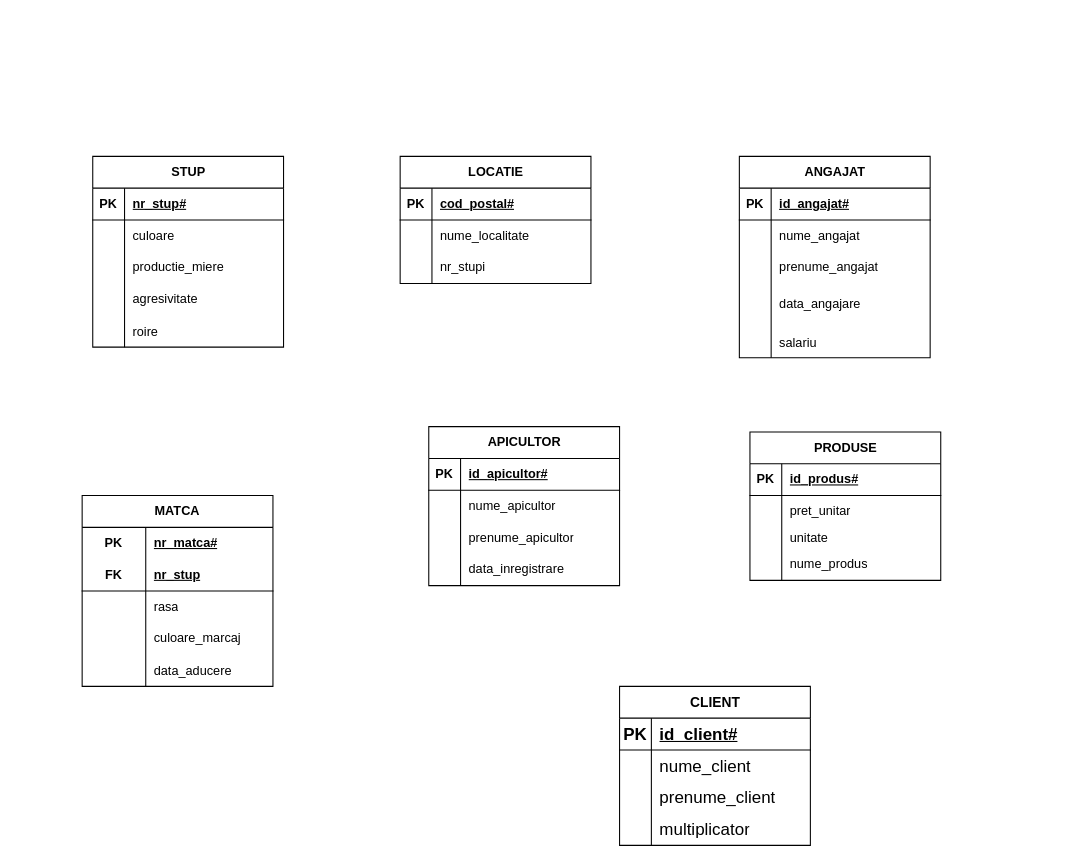
Above: Diagramă fără titlu.drawio in Matoka26/DataBase-Stupina (draw.io), before the change. Source tidied: cells renumbered, new cells numbered last; positions are measured from the earlier drawing's top-left corner, leaving out a move shared by most shapes. Both pictures are drawn from the tidied source at 106%, with x=0, y=0 at pixel (82, 156).
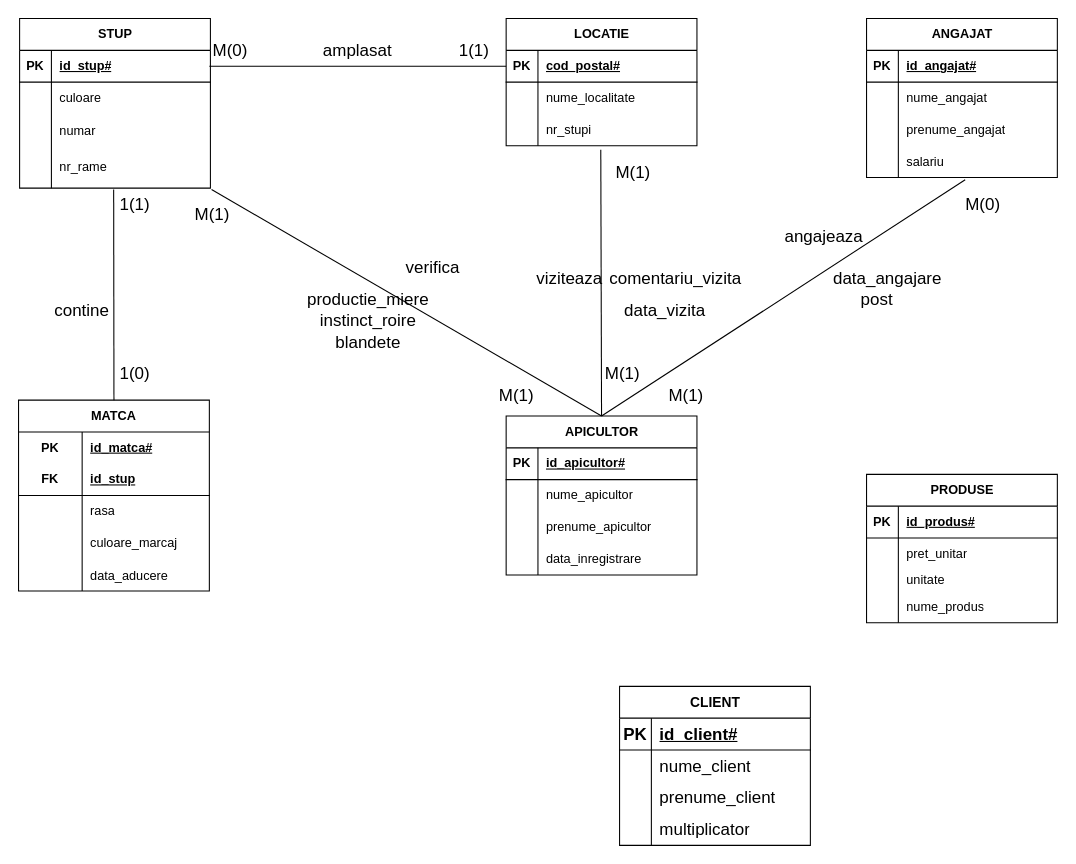
Above is the later version.

The change refers to these unchanged cells:
```xml
<mxCell id="16" style="shape=tableRow;horizontal=0;startSize=0;swimlaneHead=0;swimlaneBody=0;fillColor=none;points=[[0,0.5],[1,0.5]];portConstraint=eastwest;top=0;left=0;right=0;bottom=1;" parent="15" vertex="1">
  <mxGeometry y="30" width="180" height="30" as="geometry" />
</mxCell>
<mxCell id="22" style="shape=tableRow;horizontal=0;startSize=0;swimlaneHead=0;swimlaneBody=0;fillColor=none;points=[[0,0.5],[1,0.5]];portConstraint=eastwest;top=0;left=0;right=0;bottom=0;" parent="15" vertex="1">
  <mxGeometry y="90" width="180" height="30" as="geometry" />
</mxCell>
<mxCell id="42" style="shape=tableRow;horizontal=0;startSize=0;swimlaneHead=0;swimlaneBody=0;fillColor=none;top=0;left=0;right=0;bottom=1;" parent="41" vertex="1">
  <mxGeometry y="30" width="180" height="30" as="geometry" />
</mxCell>
<mxCell id="58" style="shape=tableRow;horizontal=0;startSize=0;swimlaneHead=0;swimlaneBody=0;fillColor=none;top=0;left=0;right=0;bottom=0;html=1;" parent="57" vertex="1">
  <mxGeometry y="30" width="180" height="30" as="geometry" />
</mxCell>
<mxCell id="61" style="shape=tableRow;horizontal=0;startSize=0;swimlaneHead=0;swimlaneBody=0;fillColor=none;top=0;left=0;right=0;bottom=1;html=1;" parent="57" vertex="1">
  <mxGeometry y="60" width="180" height="30" as="geometry" />
</mxCell>
```

Diff of the diagram source:
```diff
@@
     <mxCell id="2" value="APICULTOR" style="shape=table;startSize=30;childLayout=tableLayout;rowLines=0;fontStyle=1;align=center;html=1;" parent="1" vertex="1">
-      <mxGeometry x="327" y="255" width="180" height="150" as="geometry" />
+      <mxGeometry x="400" y="245" width="180" height="150" as="geometry" />
     </mxCell>
@@
     <mxCell id="15" value="LOCATIE" style="shape=table;startSize=30;childLayout=tableLayout;rowLines=0;fontStyle=1;align=center;html=1;" parent="1" vertex="1">
-      <mxGeometry x="300" width="180" height="120" as="geometry" />
+      <mxGeometry x="400" y="-130" width="180" height="120" as="geometry" />
     </mxCell>
@@
     <mxCell id="25" value="ANGAJAT" style="shape=table;startSize=30;childLayout=tableLayout;rowLines=0;fontStyle=1;align=center;html=1;" parent="1" vertex="1">
-      <mxGeometry x="620" width="180" height="190" as="geometry" />
+      <mxGeometry x="740" y="-130" width="180" height="150" as="geometry" />
     </mxCell>
@@
-    <mxCell id="35" style="shape=tableRow;horizontal=0;startSize=0;swimlaneHead=0;swimlaneBody=0;fillColor=none;top=0;left=0;right=0;bottom=0;" parent="25" vertex="1">
-      <mxGeometry y="120" width="180" height="40" as="geometry" />
-    </mxCell>
-    <mxCell id="36" style="shape=partialRectangle;fillColor=none;top=0;left=0;bottom=0;right=0;overflow=hidden;whiteSpace=wrap;html=1;" parent="35" vertex="1">
-      <mxGeometry width="30" height="40" as="geometry" />
-    </mxCell>
-    <mxCell id="37" value="data_angajare" style="shape=partialRectangle;fillColor=none;top=0;left=0;bottom=0;right=0;align=left;spacingLeft=6;overflow=hidden;whiteSpace=wrap;html=1;" parent="35" vertex="1">
-      <mxGeometry x="30" width="150" height="40" as="geometry" />
-    </mxCell>
     <mxCell id="38" style="shape=tableRow;horizontal=0;startSize=0;swimlaneHead=0;swimlaneBody=0;fillColor=none;points=[[0,0.5],[1,0.5]];portConstraint=eastwest;top=0;left=0;right=0;bottom=0;" parent="25" vertex="1">
-      <mxGeometry y="160" width="180" height="30" as="geometry" />
+      <mxGeometry y="120" width="180" height="30" as="geometry" />
     </mxCell>
@@
     <mxCell id="41" value="STUP" style="shape=table;startSize=30;childLayout=tableLayout;rowLines=0;fontStyle=1;align=center;html=1;" parent="1" vertex="1">
-      <mxGeometry x="10" width="180" height="180" as="geometry" />
+      <mxGeometry x="-59" y="-130" width="180" height="160" as="geometry" />
     </mxCell>
@@
-    <mxCell id="44" value="nr_stup#" style="shape=partialRectangle;fillColor=none;top=0;left=0;bottom=0;right=0;align=left;spacingLeft=6;fontStyle=5;overflow=hidden;whiteSpace=wrap;html=1;" parent="42" vertex="1">
+    <mxCell id="44" value="id_stup#" style="shape=partialRectangle;fillColor=none;top=0;left=0;bottom=0;right=0;align=left;spacingLeft=6;fontStyle=5;overflow=hidden;whiteSpace=wrap;html=1;" parent="42" vertex="1">
       <mxGeometry x="30" width="150" height="30" as="geometry" />
     </mxCell>
@@
+    <mxCell id="100" style="shape=tableRow;horizontal=0;startSize=0;swimlaneHead=0;swimlaneBody=0;fillColor=none;top=0;left=0;right=0;bottom=0;fontSize=13;" parent="41" vertex="1">
+      <mxGeometry y="90" width="180" height="30" as="geometry" />
+    </mxCell>
+    <mxCell id="101" style="shape=partialRectangle;fillColor=none;top=0;left=0;bottom=0;right=0;overflow=hidden;fontSize=16;" parent="100" vertex="1">
+      <mxGeometry width="30" height="30" as="geometry" />
+    </mxCell>
+    <mxCell id="102" value="numar" style="shape=partialRectangle;fillColor=none;top=0;left=0;bottom=0;right=0;align=left;spacingLeft=6;overflow=hidden;fontSize=12;" parent="100" vertex="1">
+      <mxGeometry x="30" width="150" height="30" as="geometry" />
+    </mxCell>
     <mxCell id="48" style="shape=tableRow;horizontal=0;startSize=0;swimlaneHead=0;swimlaneBody=0;fillColor=none;points=[[0,0.5],[1,0.5]];portConstraint=eastwest;top=0;left=0;right=0;bottom=0;" parent="41" vertex="1">
-      <mxGeometry y="90" width="180" height="30" as="geometry" />
+      <mxGeometry y="120" width="180" height="40" as="geometry" />
     </mxCell>
     <mxCell id="49" style="shape=partialRectangle;fillColor=none;top=0;left=0;bottom=0;right=0;overflow=hidden;whiteSpace=wrap;html=1;" parent="48" vertex="1">
-      <mxGeometry width="30" height="30" as="geometry" />
+      <mxGeometry width="30" height="40" as="geometry" />
     </mxCell>
-    <mxCell id="50" value="productie_miere" style="shape=partialRectangle;fillColor=none;top=0;left=0;bottom=0;right=0;align=left;spacingLeft=6;overflow=hidden;whiteSpace=wrap;html=1;" parent="48" vertex="1">
-      <mxGeometry x="30" width="150" height="30" as="geometry" />
+    <mxCell id="50" value="nr_rame" style="shape=partialRectangle;fillColor=none;top=0;left=0;bottom=0;right=0;align=left;spacingLeft=6;overflow=hidden;whiteSpace=wrap;html=1;" parent="48" vertex="1">
+      <mxGeometry x="30" width="150" height="40" as="geometry" />
     </mxCell>
-    <mxCell id="51" style="shape=tableRow;horizontal=0;startSize=0;swimlaneHead=0;swimlaneBody=0;fillColor=none;top=0;left=0;right=0;bottom=0;" parent="41" vertex="1">
-      <mxGeometry y="120" width="180" height="30" as="geometry" />
-    </mxCell>
-    <mxCell id="52" style="shape=partialRectangle;fillColor=none;top=0;left=0;bottom=0;right=0;overflow=hidden;whiteSpace=wrap;html=1;" parent="51" vertex="1">
-      <mxGeometry width="30" height="30" as="geometry" />
-    </mxCell>
-    <mxCell id="53" value="agresivitate" style="shape=partialRectangle;fillColor=none;top=0;left=0;bottom=0;right=0;align=left;spacingLeft=6;overflow=hidden;whiteSpace=wrap;html=1;" parent="51" vertex="1">
-      <mxGeometry x="30" width="150" height="30" as="geometry" />
-    </mxCell>
-    <mxCell id="54" style="shape=tableRow;horizontal=0;startSize=0;swimlaneHead=0;swimlaneBody=0;fillColor=none;top=0;left=0;right=0;bottom=0;" parent="41" vertex="1">
-      <mxGeometry y="150" width="180" height="30" as="geometry" />
-    </mxCell>
-    <mxCell id="55" style="shape=partialRectangle;fillColor=none;top=0;left=0;bottom=0;right=0;overflow=hidden;" parent="54" vertex="1">
-      <mxGeometry width="30" height="30" as="geometry" />
-    </mxCell>
-    <mxCell id="56" value="roire" style="shape=partialRectangle;fillColor=none;top=0;left=0;bottom=0;right=0;align=left;spacingLeft=6;overflow=hidden;" parent="54" vertex="1">
-      <mxGeometry x="30" width="150" height="30" as="geometry" />
-    </mxCell>
     <mxCell id="57" value="MATCA" style="shape=table;startSize=30;childLayout=tableLayout;rowLines=0;fontStyle=1;align=center;html=1;whiteSpace=wrap;" parent="1" vertex="1">
-      <mxGeometry y="320" width="180" height="180" as="geometry" />
+      <mxGeometry x="-60" y="230" width="180" height="180" as="geometry" />
     </mxCell>
@@
-    <mxCell id="60" value="nr_matca#" style="shape=partialRectangle;fillColor=none;top=0;left=0;bottom=0;right=0;align=left;spacingLeft=6;fontStyle=5;overflow=hidden;html=1;whiteSpace=wrap;" parent="58" vertex="1">
+    <mxCell id="60" value="id_matca#" style="shape=partialRectangle;fillColor=none;top=0;left=0;bottom=0;right=0;align=left;spacingLeft=6;fontStyle=5;overflow=hidden;html=1;whiteSpace=wrap;" parent="58" vertex="1">
       <mxGeometry x="60" width="120" height="30" as="geometry" />
     </mxCell>
@@
-    <mxCell id="63" value="nr_stup" style="shape=partialRectangle;fillColor=none;top=0;left=0;bottom=0;right=0;align=left;spacingLeft=6;fontStyle=5;overflow=hidden;html=1;whiteSpace=wrap;" parent="61" vertex="1">
+    <mxCell id="63" value="id_stup" style="shape=partialRectangle;fillColor=none;top=0;left=0;bottom=0;right=0;align=left;spacingLeft=6;fontStyle=5;overflow=hidden;html=1;whiteSpace=wrap;" parent="61" vertex="1">
       <mxGeometry x="60" width="120" height="30" as="geometry" />
     </mxCell>
@@
     <mxCell id="73" value="PRODUSE" style="shape=table;startSize=30;childLayout=tableLayout;rowLines=0;fontStyle=1;align=center;html=1;" parent="1" vertex="1">
-      <mxGeometry x="630" y="260" width="180" height="140" as="geometry" />
+      <mxGeometry x="740" y="300" width="180" height="140" as="geometry" />
     </mxCell>
@@
+    <mxCell id="103" style="endArrow=none;html=1;rounded=0;fontSize=12;startSize=8;endSize=8;curved=1;entryX=0.493;entryY=1.033;entryDx=0;entryDy=0;entryPerimeter=0;exitX=0.5;exitY=0;exitDx=0;exitDy=0;" parent="1" edge="1" source="57" target="48">
+      <mxGeometry relative="1" as="geometry" />
+    </mxCell>
+    <mxCell id="104" value="1(1)" style="text;html=1;strokeColor=none;fillColor=none;align=center;verticalAlign=middle;whiteSpace=wrap;rounded=0;fontSize=16;" parent="1" vertex="1">
+      <mxGeometry x="20" y="30" width="60" height="30" as="geometry" />
+    </mxCell>
+    <mxCell id="105" value="1(0)" style="text;html=1;strokeColor=none;fillColor=none;align=center;verticalAlign=middle;whiteSpace=wrap;rounded=0;fontSize=16;" parent="1" vertex="1">
+      <mxGeometry x="20" y="190" width="60" height="30" as="geometry" />
+    </mxCell>
+    <mxCell id="106" value="contine" style="text;html=1;strokeColor=none;fillColor=none;align=center;verticalAlign=middle;whiteSpace=wrap;rounded=0;fontSize=16;" parent="1" vertex="1">
+      <mxGeometry x="-30" y="130" width="60" height="30" as="geometry" />
+    </mxCell>
+    <mxCell id="107" value="1(1)" style="text;html=1;strokeColor=none;fillColor=none;align=center;verticalAlign=middle;whiteSpace=wrap;rounded=0;fontSize=16;" parent="1" vertex="1">
+      <mxGeometry x="340" y="-115" width="60" height="30" as="geometry" />
+    </mxCell>
+    <mxCell id="108" value="M(0)" style="text;html=1;strokeColor=none;fillColor=none;align=center;verticalAlign=middle;whiteSpace=wrap;rounded=0;fontSize=16;" parent="1" vertex="1">
+      <mxGeometry x="110" y="-115" width="60" height="30" as="geometry" />
+    </mxCell>
+    <mxCell id="109" style="endArrow=none;html=1;rounded=0;fontSize=12;startSize=8;endSize=8;curved=1;entryX=0;entryY=0.5;entryDx=0;entryDy=0;" parent="1" edge="1" target="16">
+      <mxGeometry relative="1" as="geometry">
+        <mxPoint x="120" y="-85" as="sourcePoint" />
+      </mxGeometry>
+    </mxCell>
+    <mxCell id="110" value="amplasat" style="text;html=1;strokeColor=none;fillColor=none;align=center;verticalAlign=middle;whiteSpace=wrap;rounded=0;fontSize=16;" parent="1" vertex="1">
+      <mxGeometry x="230" y="-115" width="60" height="30" as="geometry" />
+    </mxCell>
+    <mxCell id="111" style="endArrow=none;html=1;rounded=0;fontSize=12;startSize=8;endSize=8;curved=1;exitX=1.006;exitY=1.033;exitDx=0;exitDy=0;exitPerimeter=0;entryX=0.5;entryY=0;entryDx=0;entryDy=0;" parent="1" edge="1" source="48" target="2">
+      <mxGeometry relative="1" as="geometry" />
+    </mxCell>
+    <mxCell id="112" value="verifica" style="text;html=1;strokeColor=none;fillColor=none;align=center;verticalAlign=middle;whiteSpace=wrap;rounded=0;fontSize=16;" parent="1" vertex="1">
+      <mxGeometry x="301" y="90" width="60" height="30" as="geometry" />
+    </mxCell>
+    <mxCell id="113" value="M(1)" style="text;html=1;strokeColor=none;fillColor=none;align=center;verticalAlign=middle;whiteSpace=wrap;rounded=0;fontSize=16;" parent="1" vertex="1">
+      <mxGeometry x="380" y="210" width="60" height="30" as="geometry" />
+    </mxCell>
+    <mxCell id="114" value="M(1)" style="text;html=1;strokeColor=none;fillColor=none;align=center;verticalAlign=middle;whiteSpace=wrap;rounded=0;fontSize=16;" parent="1" vertex="1">
+      <mxGeometry x="93" y="40" width="60" height="30" as="geometry" />
+    </mxCell>
+    <mxCell id="115" style="edgeStyle=none;curved=1;rounded=0;orthogonalLoop=1;jettySize=auto;html=1;exitX=0.75;exitY=0;exitDx=0;exitDy=0;fontSize=12;startSize=8;endSize=8;" parent="1" edge="1" source="114" target="114">
+      <mxGeometry relative="1" as="geometry" />
+    </mxCell>
+    <mxCell id="116" style="shape=tableRow;horizontal=0;startSize=0;swimlaneHead=0;swimlaneBody=0;fillColor=none;top=0;left=0;right=0;bottom=0;" parent="1" vertex="1">
+      <mxGeometry x="190" y="150" width="180" height="30" as="geometry" />
+    </mxCell>
+    <mxCell id="52" style="shape=partialRectangle;fillColor=none;top=0;left=0;bottom=0;right=0;overflow=hidden;whiteSpace=wrap;html=1;" parent="116" vertex="1">
+      <mxGeometry width="30" height="30" as="geometry" />
+    </mxCell>
+    <mxCell id="117" value="productie_miere" style="text;html=1;strokeColor=none;fillColor=none;align=center;verticalAlign=middle;whiteSpace=wrap;rounded=0;fontSize=16;" parent="1" vertex="1">
+      <mxGeometry x="240" y="120" width="60" height="30" as="geometry" />
+    </mxCell>
+    <mxCell id="118" value="instinct_roire" style="text;html=1;strokeColor=none;fillColor=none;align=center;verticalAlign=middle;whiteSpace=wrap;rounded=0;fontSize=16;" parent="1" vertex="1">
+      <mxGeometry x="240" y="140" width="60" height="30" as="geometry" />
+    </mxCell>
+    <mxCell id="119" value="blandete" style="text;html=1;strokeColor=none;fillColor=none;align=center;verticalAlign=middle;whiteSpace=wrap;rounded=0;fontSize=16;" parent="1" vertex="1">
+      <mxGeometry x="240" y="160" width="60" height="30" as="geometry" />
+    </mxCell>
+    <mxCell id="120" style="endArrow=none;html=1;rounded=0;fontSize=12;startSize=8;endSize=8;curved=1;exitX=0.496;exitY=1.122;exitDx=0;exitDy=0;exitPerimeter=0;entryX=0.5;entryY=0;entryDx=0;entryDy=0;" parent="1" edge="1" source="22" target="2">
+      <mxGeometry relative="1" as="geometry" />
+    </mxCell>
+    <mxCell id="121" style="endArrow=none;html=1;rounded=0;fontSize=12;startSize=8;endSize=8;curved=1;entryX=0.517;entryY=1.07;entryDx=0;entryDy=0;entryPerimeter=0;exitX=0.5;exitY=0;exitDx=0;exitDy=0;" parent="1" edge="1" source="2" target="38">
+      <mxGeometry relative="1" as="geometry" />
+    </mxCell>
+    <mxCell id="122" value="viziteaza" style="text;html=1;strokeColor=none;fillColor=none;align=center;verticalAlign=middle;whiteSpace=wrap;rounded=0;fontSize=16;" parent="1" vertex="1">
+      <mxGeometry x="430" y="100" width="60" height="30" as="geometry" />
+    </mxCell>
+    <mxCell id="123" value="comentariu_vizita" style="text;html=1;strokeColor=none;fillColor=none;align=center;verticalAlign=middle;whiteSpace=wrap;rounded=0;fontSize=16;" parent="1" vertex="1">
+      <mxGeometry x="530" y="100" width="60" height="30" as="geometry" />
+    </mxCell>
+    <mxCell id="124" value="data_vizita" style="text;html=1;strokeColor=none;fillColor=none;align=center;verticalAlign=middle;whiteSpace=wrap;rounded=0;fontSize=16;" parent="1" vertex="1">
+      <mxGeometry x="520" y="130" width="60" height="30" as="geometry" />
+    </mxCell>
+    <mxCell id="125" value="M(1)" style="text;html=1;strokeColor=none;fillColor=none;align=center;verticalAlign=middle;whiteSpace=wrap;rounded=0;fontSize=16;" parent="1" vertex="1">
+      <mxGeometry x="490" width="60" height="30" as="geometry" />
+    </mxCell>
+    <mxCell id="126" value="M(1)" style="text;html=1;strokeColor=none;fillColor=none;align=center;verticalAlign=middle;whiteSpace=wrap;rounded=0;fontSize=16;" parent="1" vertex="1">
+      <mxGeometry x="480" y="190" width="60" height="30" as="geometry" />
+    </mxCell>
+    <mxCell id="127" value="M(0)" style="text;html=1;strokeColor=none;fillColor=none;align=center;verticalAlign=middle;whiteSpace=wrap;rounded=0;fontSize=16;" parent="1" vertex="1">
+      <mxGeometry x="820" y="30" width="60" height="30" as="geometry" />
+    </mxCell>
+    <mxCell id="128" value="M(1)" style="text;html=1;strokeColor=none;fillColor=none;align=center;verticalAlign=middle;whiteSpace=wrap;rounded=0;fontSize=16;" parent="1" vertex="1">
+      <mxGeometry x="540" y="210" width="60" height="30" as="geometry" />
+    </mxCell>
+    <mxCell id="129" value="angajeaza" style="text;html=1;strokeColor=none;fillColor=none;align=center;verticalAlign=middle;whiteSpace=wrap;rounded=0;fontSize=16;" parent="1" vertex="1">
+      <mxGeometry x="670" y="60" width="60" height="30" as="geometry" />
+    </mxCell>
+    <mxCell id="37" value="data_angajare" style="text;html=1;strokeColor=none;fillColor=none;align=center;verticalAlign=middle;whiteSpace=wrap;rounded=0;fontSize=16;" parent="1" vertex="1">
+      <mxGeometry x="730" y="100" width="60" height="30" as="geometry" />
+    </mxCell>
+    <mxCell id="130" value="post" style="text;html=1;strokeColor=none;fillColor=none;align=center;verticalAlign=middle;whiteSpace=wrap;rounded=0;fontSize=16;" parent="1" vertex="1">
+      <mxGeometry x="720" y="120" width="60" height="30" as="geometry" />
+    </mxCell>
```
